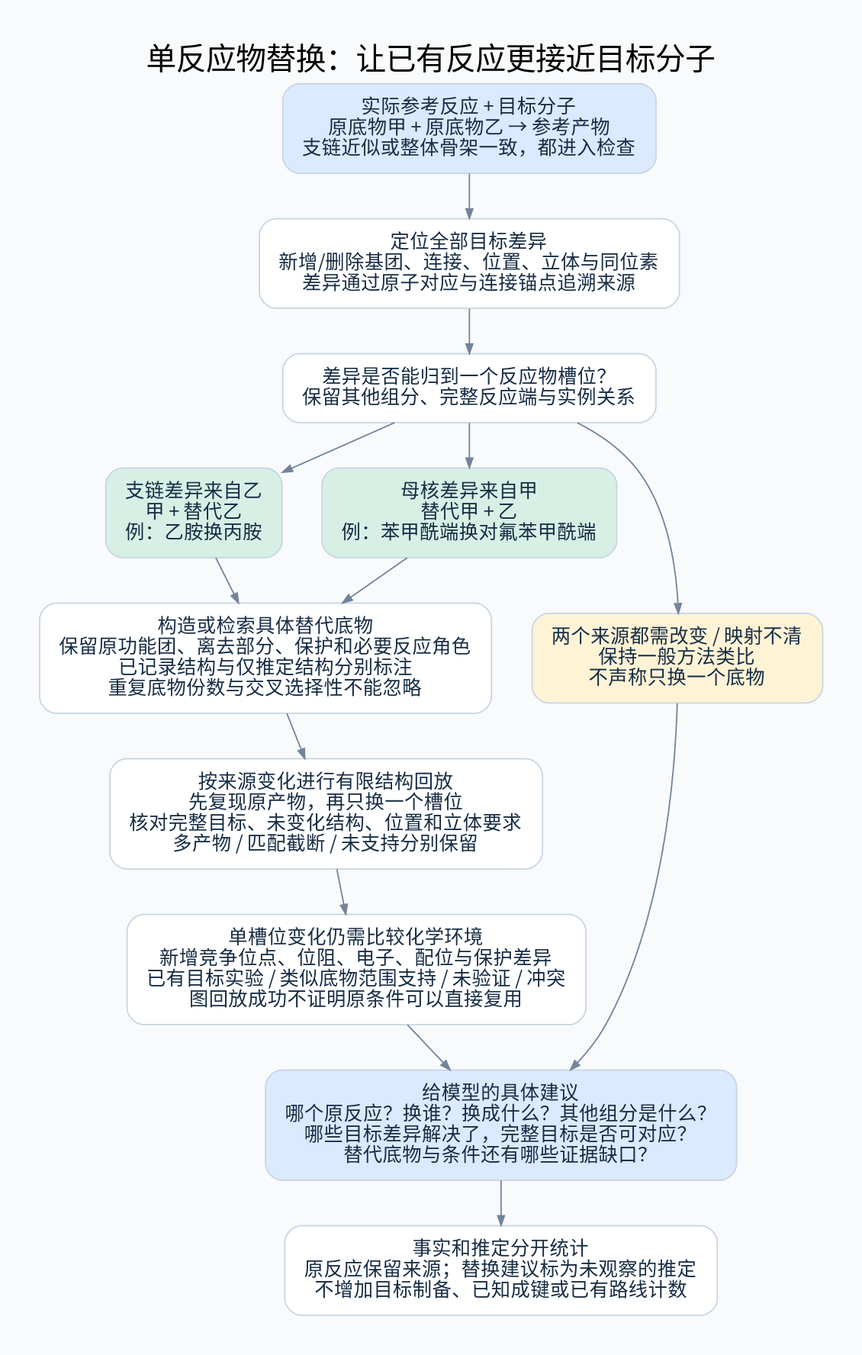
825728139/substructure_search keeps this Graphviz diagram as diagrams/single-reactant-transfer.png. Above is the earlier version. Its source is kept beside it as diagrams/single-reactant-transfer.dot. Source of this version:
```dot
digraph G {

graph [rankdir=TB, bgcolor="#F8FAFC", pad="0.4", nodesep="0.40", ranksep="0.46", fontname="Noto Sans CJK SC", fontsize=22, labelloc=t];
node [shape=box, style="rounded,filled", fillcolor="white", color="#CAD5E2", fontcolor="#172D45", fontname="Noto Sans CJK SC", fontsize=14, margin="0.20,0.14"];
edge [color="#72849B", arrowsize=0.7, fontname="Noto Sans CJK SC", fontsize=11, fontcolor="#526477"];

label="单反应物替换：让已有反应更接近目标分子";
a [label="实际参考反应 + 目标分子
原底物甲 + 原底物乙 → 参考产物
支链近似或整体骨架一致，都进入检查", fillcolor="#DBEAFE"];
b [label="定位全部目标差异
新增/删除基团、连接、位置、立体与同位素
差异通过原子对应与连接锚点追溯来源"];
c [label="差异是否能归到一个反应物槽位？
保留其他组分、完整反应端与实例关系"];
side [label="支链差异来自乙
甲 + 替代乙
例：乙胺换丙胺", fillcolor="#D6F0E5"];
core [label="母核差异来自甲
替代甲 + 乙
例：苯甲酰端换对氟苯甲酰端", fillcolor="#D6F0E5"];
unknown [label="两个来源都需改变 / 映射不清
保持一般方法类比
不声称只换一个底物", fillcolor="#FFF3D6"];
d [label="构造或检索具体替代底物
保留原功能团、离去部分、保护和必要反应角色
已记录结构与仅推定结构分别标注
重复底物份数与交叉选择性不能忽略"];
e [label="按来源变化进行有限结构回放
先复现原产物，再只换一个槽位
核对完整目标、未变化结构、位置和立体要求
多产物 / 匹配截断 / 未支持分别保留"];
f [label="单槽位变化仍需比较化学环境
新增竞争位点、位阻、电子、配位与保护差异
已有目标实验 / 类似底物范围支持 / 未验证 / 冲突
图回放成功不证明原条件可以直接复用"];
g [label="给模型的具体建议
哪个原反应？换谁？换成什么？其他组分是什么？
哪些目标差异解决了，完整目标是否可对应？
替代底物与条件还有哪些证据缺口？", fillcolor="#DBEAFE"];
count [label="事实和推定分开统计
原反应保留来源；替换建议标为未观察的推定
不增加目标制备、已知成键或已有路线计数"];
a -> b -> c;
c -> side; c -> core; c -> unknown;
side -> d; core -> d;
d -> e -> f -> g;
unknown -> g;
g -> count;
}
```
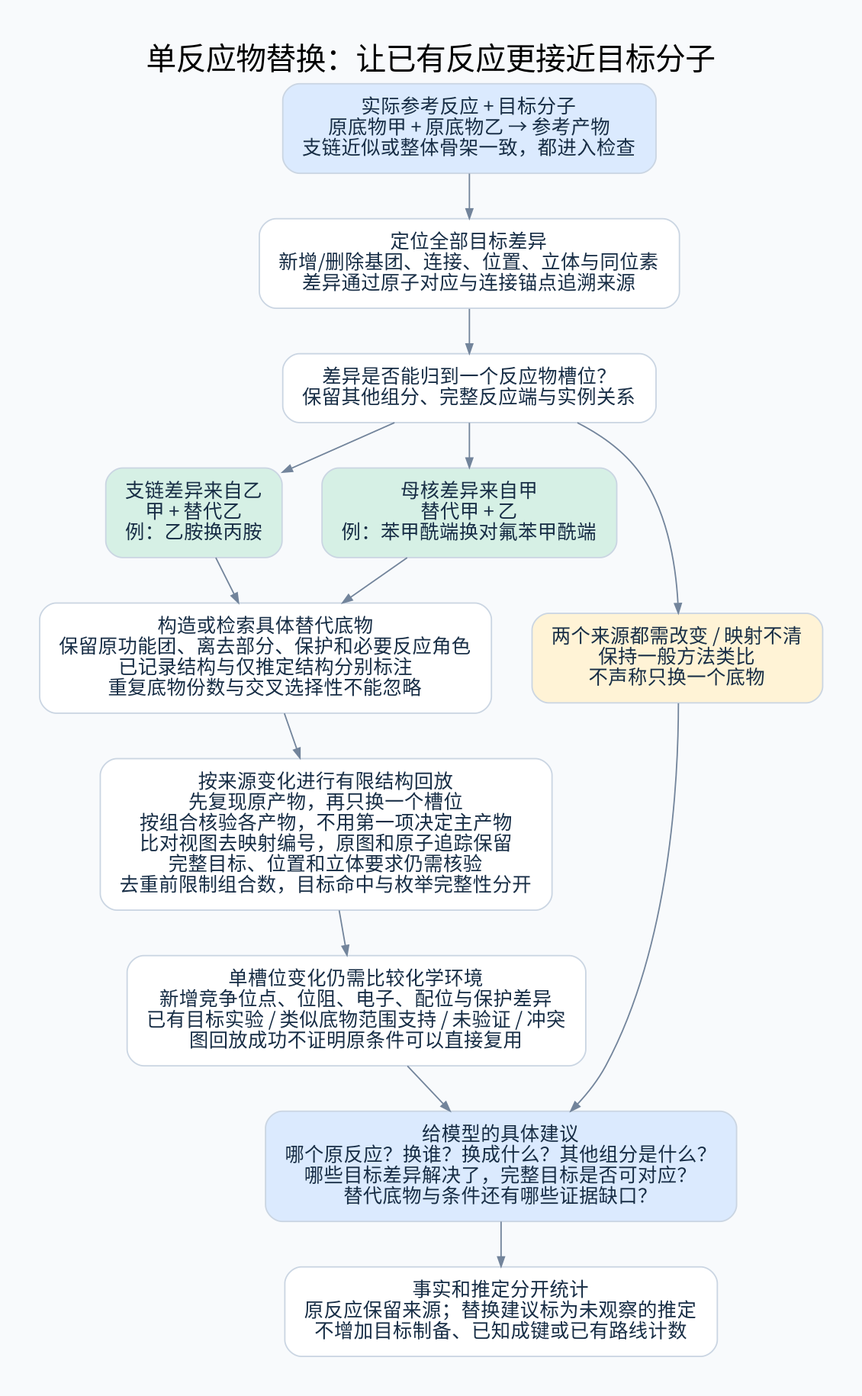
The same diagram one commit later.

The edit, as a diff of the source:
```diff
@@ -28,8 +28,10 @@
 重复底物份数与交叉选择性不能忽略"];
 e [label="按来源变化进行有限结构回放
 先复现原产物，再只换一个槽位
-核对完整目标、未变化结构、位置和立体要求
-多产物 / 匹配截断 / 未支持分别保留"];
+按组合核验各产物，不用第一项决定主产物
+比对视图去映射编号，原图和原子追踪保留
+完整目标、位置和立体要求仍需核验
+去重前限制组合数，目标命中与枚举完整性分开"];
 f [label="单槽位变化仍需比较化学环境
 新增竞争位点、位阻、电子、配位与保护差异
 已有目标实验 / 类似底物范围支持 / 未验证 / 冲突
```
